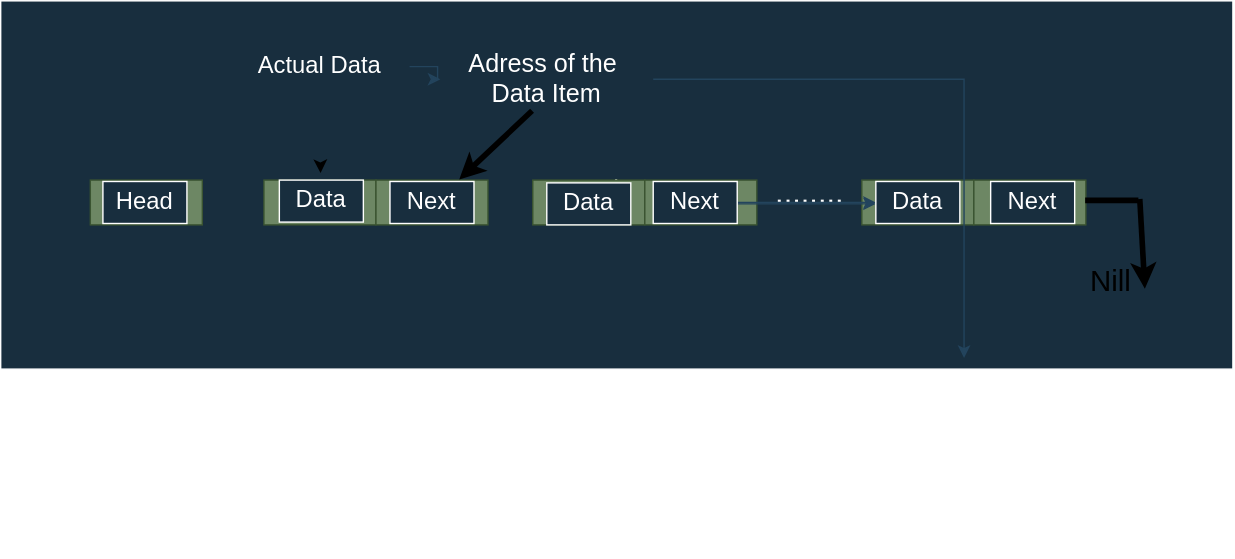
ISA-1941/DrakonJs-Docs keeps this draw.io diagram as docs-src/modules/ROOT/assets/images/section_3/Fig3_4_LLNew.drawio.svg. Above is the earlier version. Source tidied: cells renumbered, new cells last; positions are measured from the earlier drawing's top-left corner, leaving out a move shared by most shapes.
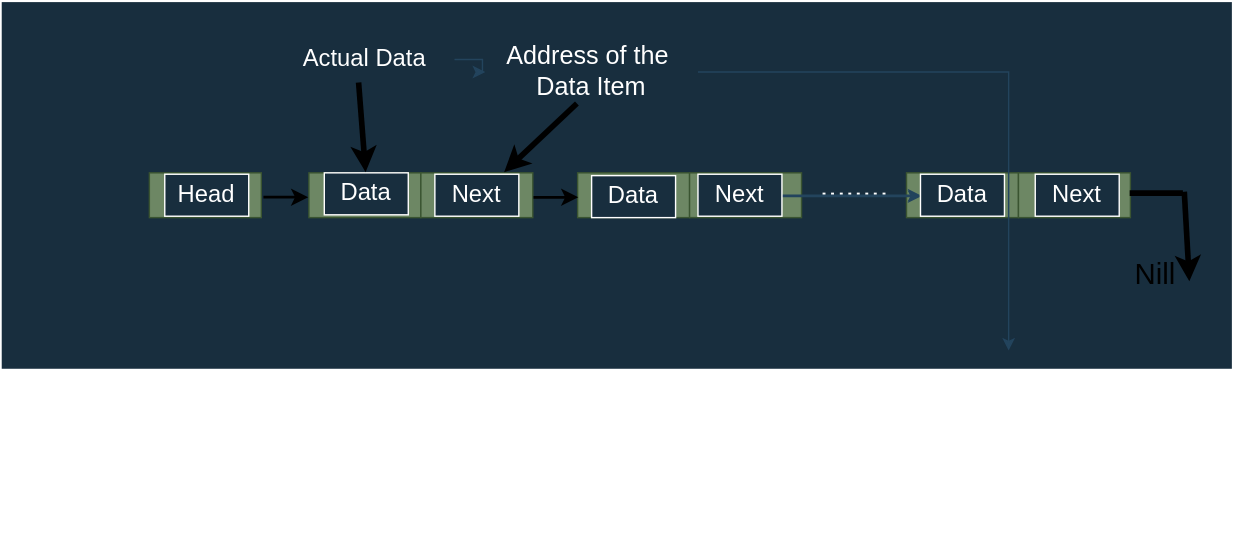
After the change.

Change to the diagram source:
```diff
@@ -3,10 +3,10 @@
     <mxCell id="0" />
     <mxCell id="1" parent="0" />
     <mxCell id="2" value="A" style="rounded=0;whiteSpace=wrap;html=1;labelBackgroundColor=none;fillColor=#182E3E;strokeColor=#FFFFFF;fontColor=#FFFFFF;perimeterSpacing=15;" parent="1" vertex="1">
-      <mxGeometry width="880" height="263" as="geometry" />
+      <mxGeometry x="-32" y="5.5" width="880" height="263" as="geometry" />
     </mxCell>
     <mxCell id="3" style="rounded=0;whiteSpace=wrap;html=1;labelBackgroundColor=none;fillColor=#6d8764;fontColor=#ffffff;strokeColor=#3A5431;" parent="1" vertex="1">
-      <mxGeometry x="64" y="128" width="80" height="32" as="geometry" />
+      <mxGeometry x="74" y="128" width="80" height="32" as="geometry" />
     </mxCell>
     <mxCell id="4" style="rounded=0;whiteSpace=wrap;html=1;labelBackgroundColor=none;fillColor=#6d8764;strokeColor=#3A5431;fontColor=#ffffff;" parent="1" vertex="1">
       <mxGeometry x="188" y="128" width="80" height="32" as="geometry" />
@@ -33,7 +33,7 @@
       <mxGeometry x="548" y="123" width="60" height="30" as="geometry" />
     </mxCell>
     <mxCell id="12" value="&lt;font style=&quot;font-size: 17px;&quot;&gt;Head&lt;/font&gt;" style="text;html=1;whiteSpace=wrap;strokeColor=#FFFFFF;fillColor=#182E3E;align=center;verticalAlign=middle;rounded=0;fontColor=#FFFFFF;labelBackgroundColor=none;" parent="1" vertex="1">
-      <mxGeometry x="73" y="129" width="60" height="30" as="geometry" />
+      <mxGeometry x="85" y="129" width="60" height="30" as="geometry" />
     </mxCell>
     <mxCell id="13" value="&lt;font style=&quot;font-size: 17px;&quot;&gt;Data&lt;/font&gt;" style="text;html=1;whiteSpace=wrap;strokeColor=#FFFFFF;fillColor=#182E3E;align=center;verticalAlign=middle;rounded=0;fontColor=#FFFFFF;labelBackgroundColor=none;" parent="1" vertex="1">
       <mxGeometry x="199" y="128" width="60" height="30" as="geometry" />
@@ -73,7 +73,7 @@
     <mxCell id="23" style="edgeStyle=orthogonalEdgeStyle;rounded=0;jettySize=auto;html=1;strokeColor=#23445D;" parent="1" edge="1" source="22" target="24">
       <mxGeometry relative="1" as="geometry" />
     </mxCell>
-    <mxCell id="24" value="&lt;font style=&quot;font-size: 18px;&quot;&gt;Adress of the&amp;nbsp;&lt;/font&gt;&lt;div&gt;&lt;font style=&quot;font-size: 18px;&quot;&gt;Data Item&lt;/font&gt;&lt;/div&gt;" style="text;html=1;whiteSpace=wrap;strokeColor=none;fillColor=none;align=center;verticalAlign=middle;rounded=0;fontColor=#FFFFFF;" parent="1" vertex="1">
+    <mxCell id="24" value="&lt;font style=&quot;font-size: 18px;&quot;&gt;Address of the&amp;nbsp;&lt;/font&gt;&lt;div&gt;&lt;font style=&quot;font-size: 18px;&quot;&gt;Data Item&lt;/font&gt;&lt;/div&gt;" style="text;html=1;whiteSpace=wrap;strokeColor=none;fillColor=none;align=center;verticalAlign=middle;rounded=0;fontColor=#FFFFFF;" parent="1" vertex="1">
       <mxGeometry x="314" y="41" width="152" height="30" as="geometry" />
     </mxCell>
     <mxCell id="25" style="endArrow=classic;html=1;rounded=0;strokeWidth=4;exitX=0.5;exitY=1;exitDx=0;exitDy=0;entryX=0.5;entryY=0;entryDx=0;entryDy=0;fontColor=light-dark(default, #0d0c0c);strokeColor=light-dark(default, #100e0e);" parent="1" edge="1" source="22" target="13">
@@ -98,5 +98,22 @@
     <mxCell id="29" value="&lt;font style=&quot;font-size: 21px;&quot;&gt;Nill&lt;/font&gt;" style="text;html=1;whiteSpace=wrap;strokeColor=none;fillColor=none;align=center;verticalAlign=middle;rounded=0;" parent="1" vertex="1">
       <mxGeometry x="762.8" y="184.9" width="60" height="30" as="geometry" />
     </mxCell>
+    <mxCell id="30" style="endArrow=classic;html=1;rounded=0;strokeWidth=4;entryX=0.5;entryY=0;entryDx=0;entryDy=0;" parent="1" edge="1" target="13">
+      <mxGeometry relative="1" as="geometry">
+        <mxPoint x="224" y="64" as="sourcePoint" />
+      </mxGeometry>
+    </mxCell>
+    <mxCell id="31" style="endArrow=classic;html=1;rounded=0;strokeWidth=2;" parent="1" edge="1">
+      <mxGeometry relative="1" as="geometry">
+        <mxPoint x="156" y="145.9" as="sourcePoint" />
+        <mxPoint x="188" y="145.9" as="targetPoint" />
+      </mxGeometry>
+    </mxCell>
+    <mxCell id="32" style="endArrow=classic;html=1;rounded=0;strokeWidth=2;" parent="1" edge="1">
+      <mxGeometry relative="1" as="geometry">
+        <mxPoint x="349" y="146" as="sourcePoint" />
+        <mxPoint x="381" y="146" as="targetPoint" />
+      </mxGeometry>
+    </mxCell>
   </root>
 </mxGraphModel>
```
